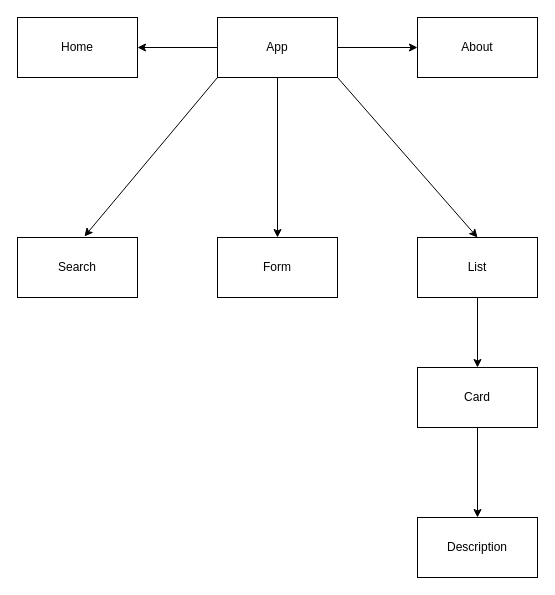
Above: my_app/.drawio in DorahelyS/Phase_2_Project_Jeans (draw.io), before the change. Source tidied: cells renumbered, new cells numbered last; positions are measured from the earlier drawing's top-left corner, leaving out a move shared by most shapes. Both pictures are drawn from the tidied source at 100%, with x=0, y=0 at pixel (17, 17).
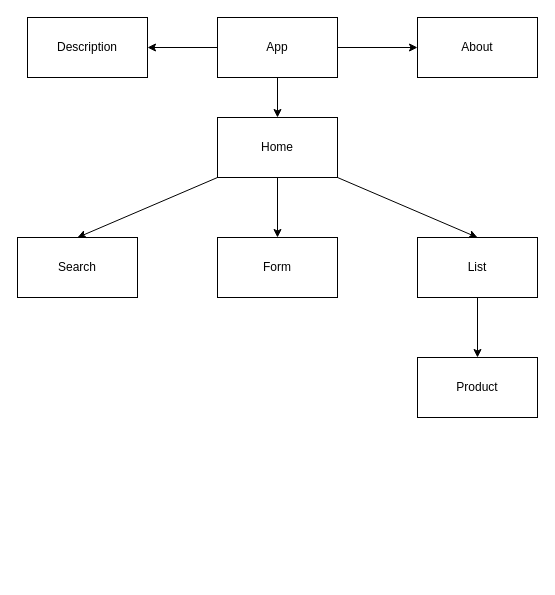
After the change.

Change to the diagram source:
```diff
@@
 <mxGraphModel>
   <root>
     <mxCell id="0" />
     <mxCell id="1" parent="0" />
-    <mxCell id="2" style="edgeStyle=none;html=1;exitX=0;exitY=1;exitDx=0;exitDy=0;entryX=0.558;entryY=-0.017;entryDx=0;entryDy=0;entryPerimeter=0;" parent="1" edge="1" source="7" target="8">
-      <mxGeometry relative="1" as="geometry" />
-    </mxCell>
-    <mxCell id="3" style="edgeStyle=none;html=1;exitX=0.5;exitY=1;exitDx=0;exitDy=0;entryX=0.5;entryY=0;entryDx=0;entryDy=0;" parent="1" edge="1" source="7" target="9">
-      <mxGeometry relative="1" as="geometry" />
-    </mxCell>
-    <mxCell id="4" style="edgeStyle=none;html=1;exitX=1;exitY=1;exitDx=0;exitDy=0;entryX=0.5;entryY=0;entryDx=0;entryDy=0;" parent="1" edge="1" source="7" target="11">
-      <mxGeometry relative="1" as="geometry" />
-    </mxCell>
+    <mxCell id="6" style="edgeStyle=none;html=1;exitX=1;exitY=0.5;exitDx=0;exitDy=0;entryX=0;entryY=0.5;entryDx=0;entryDy=0;" parent="1" edge="1" source="7" target="15">
+      <mxGeometry relative="1" as="geometry" />
+    </mxCell>
-    <mxCell id="5" style="edgeStyle=none;html=1;exitX=0;exitY=0.5;exitDx=0;exitDy=0;entryX=1;entryY=0.5;entryDx=0;entryDy=0;" parent="1" edge="1" source="7" target="14">
+    <mxCell id="5" style="edgeStyle=none;html=1;exitX=0.5;exitY=1;exitDx=0;exitDy=0;entryX=0.5;entryY=0;entryDx=0;entryDy=0;" parent="1" edge="1" source="7" target="14">
       <mxGeometry relative="1" as="geometry" />
     </mxCell>
-    <mxCell id="6" style="edgeStyle=none;html=1;exitX=1;exitY=0.5;exitDx=0;exitDy=0;entryX=0;entryY=0.5;entryDx=0;entryDy=0;" parent="1" edge="1" source="7" target="15">
-      <mxGeometry relative="1" as="geometry" />
-    </mxCell>
+    <mxCell id="17" style="edgeStyle=none;html=1;exitX=0;exitY=0.5;exitDx=0;exitDy=0;entryX=1;entryY=0.5;entryDx=0;entryDy=0;" parent="1" edge="1" source="7" target="16">
+      <mxGeometry relative="1" as="geometry" />
+    </mxCell>
     <mxCell id="7" value="App" style="whiteSpace=wrap;html=1;" parent="1" vertex="1">
       <mxGeometry x="200" width="120" height="60" as="geometry" />
     </mxCell>
     <mxCell id="8" value="Search" style="whiteSpace=wrap;html=1;" parent="1" vertex="1">
       <mxGeometry y="220" width="120" height="60" as="geometry" />
     </mxCell>
     <mxCell id="9" value="Form" style="whiteSpace=wrap;html=1;" parent="1" vertex="1">
       <mxGeometry x="200" y="220" width="120" height="60" as="geometry" />
     </mxCell>
     <mxCell id="10" style="edgeStyle=none;html=1;exitX=0.5;exitY=1;exitDx=0;exitDy=0;entryX=0.5;entryY=0;entryDx=0;entryDy=0;" parent="1" edge="1" source="11" target="13">
       <mxGeometry relative="1" as="geometry" />
     </mxCell>
     <mxCell id="11" value="List" style="whiteSpace=wrap;html=1;" parent="1" vertex="1">
       <mxGeometry x="400" y="220" width="120" height="60" as="geometry" />
     </mxCell>
-    <mxCell id="12" style="edgeStyle=none;html=1;exitX=0.5;exitY=1;exitDx=0;exitDy=0;entryX=0.5;entryY=0;entryDx=0;entryDy=0;" parent="1" edge="1" source="13" target="16">
-      <mxGeometry relative="1" as="geometry" />
-    </mxCell>
-    <mxCell id="13" value="Card" style="whiteSpace=wrap;html=1;" parent="1" vertex="1">
-      <mxGeometry x="400" y="350" width="120" height="60" as="geometry" />
+    <mxCell id="13" value="Product" style="whiteSpace=wrap;html=1;" parent="1" vertex="1">
+      <mxGeometry x="400" y="340" width="120" height="60" as="geometry" />
     </mxCell>
+    <mxCell id="18" style="edgeStyle=none;html=1;exitX=0;exitY=1;exitDx=0;exitDy=0;entryX=0.5;entryY=0;entryDx=0;entryDy=0;" parent="1" edge="1" source="14" target="8">
+      <mxGeometry relative="1" as="geometry" />
+    </mxCell>
+    <mxCell id="19" style="edgeStyle=none;html=1;exitX=0.5;exitY=1;exitDx=0;exitDy=0;" parent="1" edge="1" source="14" target="9">
+      <mxGeometry relative="1" as="geometry" />
+    </mxCell>
+    <mxCell id="20" style="edgeStyle=none;html=1;exitX=1;exitY=1;exitDx=0;exitDy=0;entryX=0.5;entryY=0;entryDx=0;entryDy=0;" parent="1" edge="1" source="14" target="11">
+      <mxGeometry relative="1" as="geometry" />
+    </mxCell>
     <mxCell id="14" value="Home" style="whiteSpace=wrap;html=1;" parent="1" vertex="1">
-      <mxGeometry width="120" height="60" as="geometry" />
+      <mxGeometry x="200" y="100" width="120" height="60" as="geometry" />
     </mxCell>
     <mxCell id="15" value="About" style="whiteSpace=wrap;html=1;" parent="1" vertex="1">
       <mxGeometry x="400" width="120" height="60" as="geometry" />
     </mxCell>
     <mxCell id="16" value="Description" style="whiteSpace=wrap;html=1;" parent="1" vertex="1">
-      <mxGeometry x="400" y="500" width="120" height="60" as="geometry" />
+      <mxGeometry x="10" width="120" height="60" as="geometry" />
     </mxCell>
   </root>
 </mxGraphModel>
```
